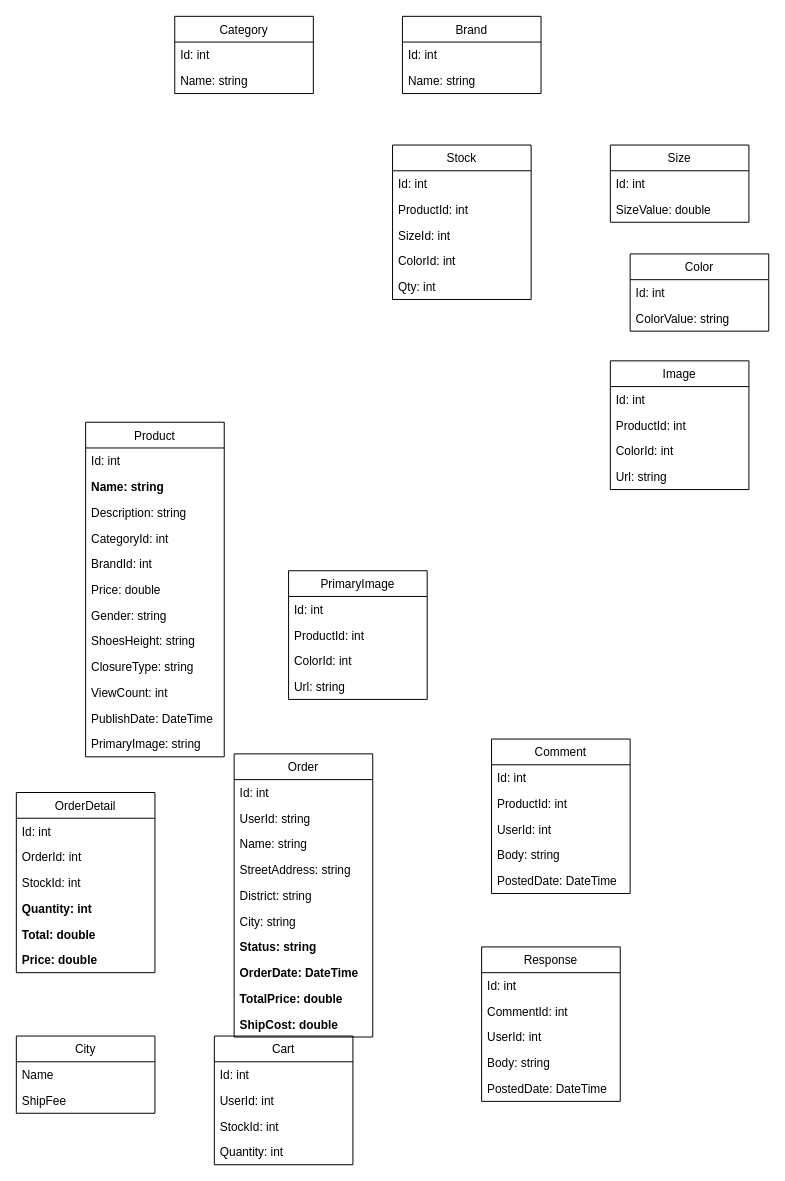
This is db.drawio from ncnt257/Hyper-Shop, a draw.io file, before an edit. Source tidied: cells renumbered, new cells numbered last; positions are measured from the earlier drawing's top-left corner, leaving out a move shared by most shapes. Both pictures are drawn from the tidied source at 99%, with x=0, y=0 at pixel (16, 16).
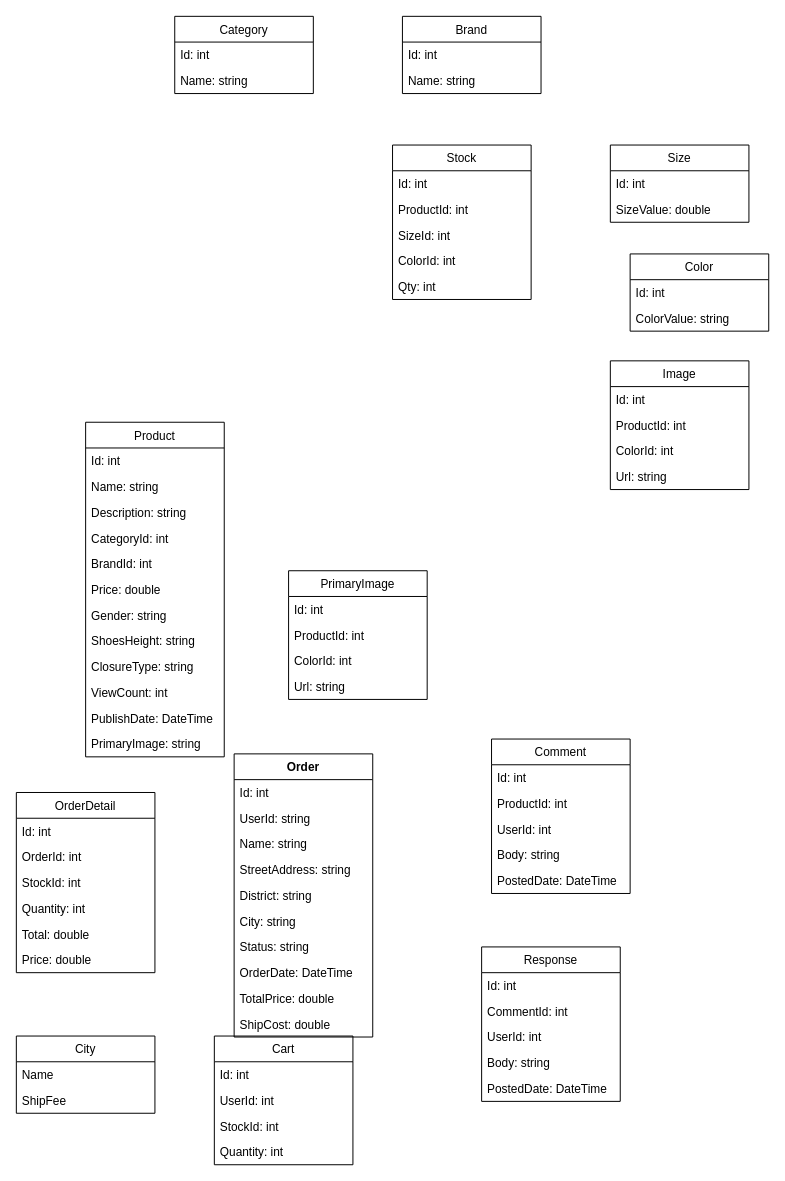
Above is the later version.

The change refers to these unchanged cells:
```xml
<mxCell id="8" value="Product" style="swimlane;fontStyle=0;horizontal=1;startSize=26;fillColor=none;" parent="1" vertex="1">
  <mxGeometry x="70" y="410" width="140" height="338" as="geometry" />
</mxCell>
<mxCell id="47" value="OrderDetail" style="swimlane;fontStyle=0;horizontal=1;startSize=26;fillColor=none;" parent="1" vertex="1">
  <mxGeometry y="784" width="140" height="182" as="geometry" />
</mxCell>
```

The edit, as a diff of the source:
```diff
@@
-    <mxCell id="10" value="Name: string" style="text;strokeColor=none;fillColor=none;align=left;verticalAlign=top;spacingLeft=4;spacingRight=4;overflow=hidden;fontStyle=1;" parent="8" vertex="1">
+    <mxCell id="10" value="Name: string" style="text;strokeColor=none;fillColor=none;align=left;verticalAlign=top;spacingLeft=4;spacingRight=4;overflow=hidden;fontStyle=0;" parent="8" vertex="1">
       <mxGeometry y="52" width="140" height="26" as="geometry" />
     </mxCell>
@@
-    <mxCell id="36" value="Order" style="swimlane;fontStyle=0;horizontal=1;startSize=26;fillColor=none;" parent="1" vertex="1">
+    <mxCell id="36" value="Order" style="swimlane;fontStyle=1;horizontal=1;startSize=26;fillColor=none;" parent="1" vertex="1">
       <mxGeometry x="220" y="745" width="140" height="286" as="geometry" />
     </mxCell>
@@
-    <mxCell id="43" value="Status: string" style="text;strokeColor=none;fillColor=none;align=left;verticalAlign=top;spacingLeft=4;spacingRight=4;overflow=hidden;fontStyle=1;" parent="36" vertex="1">
+    <mxCell id="43" value="Status: string" style="text;strokeColor=none;fillColor=none;align=left;verticalAlign=top;spacingLeft=4;spacingRight=4;overflow=hidden;fontStyle=0;" parent="36" vertex="1">
       <mxGeometry y="182" width="140" height="26" as="geometry" />
     </mxCell>
-    <mxCell id="44" value="OrderDate: DateTime" style="text;strokeColor=none;fillColor=none;align=left;verticalAlign=top;spacingLeft=4;spacingRight=4;overflow=hidden;fontStyle=1;" parent="36" vertex="1">
+    <mxCell id="44" value="OrderDate: DateTime" style="text;strokeColor=none;fillColor=none;align=left;verticalAlign=top;spacingLeft=4;spacingRight=4;overflow=hidden;fontStyle=0;" parent="36" vertex="1">
       <mxGeometry y="208" width="140" height="26" as="geometry" />
     </mxCell>
-    <mxCell id="45" value="TotalPrice: double" style="text;strokeColor=none;fillColor=none;align=left;verticalAlign=top;spacingLeft=4;spacingRight=4;overflow=hidden;fontStyle=1;" parent="36" vertex="1">
+    <mxCell id="45" value="TotalPrice: double" style="text;strokeColor=none;fillColor=none;align=left;verticalAlign=top;spacingLeft=4;spacingRight=4;overflow=hidden;fontStyle=0;" parent="36" vertex="1">
       <mxGeometry y="234" width="140" height="26" as="geometry" />
     </mxCell>
-    <mxCell id="46" value="ShipCost: double" style="text;strokeColor=none;fillColor=none;align=left;verticalAlign=top;spacingLeft=4;spacingRight=4;overflow=hidden;fontStyle=1;" parent="36" vertex="1">
+    <mxCell id="46" value="ShipCost: double" style="text;strokeColor=none;fillColor=none;align=left;verticalAlign=top;spacingLeft=4;spacingRight=4;overflow=hidden;fontStyle=0;" parent="36" vertex="1">
       <mxGeometry y="260" width="140" height="26" as="geometry" />
     </mxCell>
@@
-    <mxCell id="51" value="Quantity: int" style="text;strokeColor=none;fillColor=none;align=left;verticalAlign=top;spacingLeft=4;spacingRight=4;overflow=hidden;fontStyle=1;" parent="47" vertex="1">
+    <mxCell id="51" value="Quantity: int" style="text;strokeColor=none;fillColor=none;align=left;verticalAlign=top;spacingLeft=4;spacingRight=4;overflow=hidden;fontStyle=0;" parent="47" vertex="1">
       <mxGeometry y="104" width="140" height="26" as="geometry" />
     </mxCell>
-    <mxCell id="52" value="Total: double" style="text;strokeColor=none;fillColor=none;align=left;verticalAlign=top;spacingLeft=4;spacingRight=4;overflow=hidden;fontStyle=1;" parent="47" vertex="1">
+    <mxCell id="52" value="Total: double" style="text;strokeColor=none;fillColor=none;align=left;verticalAlign=top;spacingLeft=4;spacingRight=4;overflow=hidden;fontStyle=0;" parent="47" vertex="1">
       <mxGeometry y="130" width="140" height="26" as="geometry" />
     </mxCell>
-    <mxCell id="53" value="Price: double" style="text;strokeColor=none;fillColor=none;align=left;verticalAlign=top;spacingLeft=4;spacingRight=4;overflow=hidden;fontStyle=1;" parent="47" vertex="1">
+    <mxCell id="53" value="Price: double" style="text;strokeColor=none;fillColor=none;align=left;verticalAlign=top;spacingLeft=4;spacingRight=4;overflow=hidden;fontStyle=0;" parent="47" vertex="1">
       <mxGeometry y="156" width="140" height="26" as="geometry" />
     </mxCell>
```
